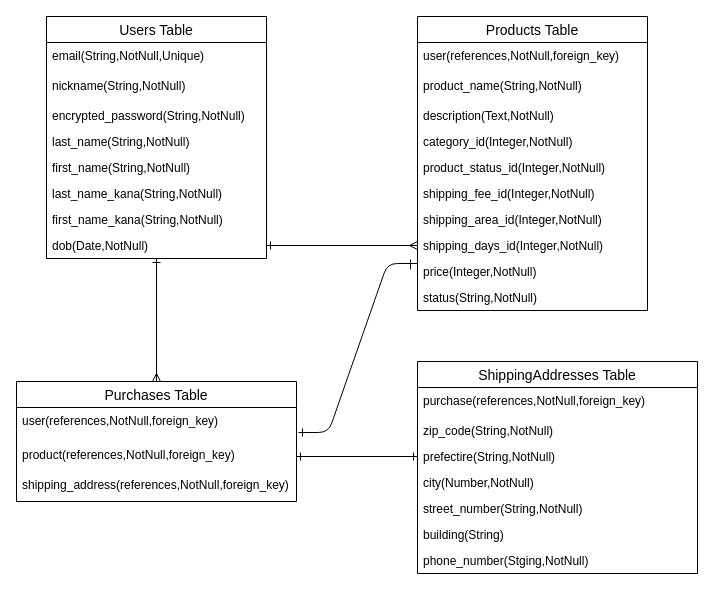
yogurt-mr/furima-38039 keeps this draw.io diagram as er.dio. Above is the earlier version. Source tidied: cells renumbered, new cells numbered last; positions are measured from the earlier drawing's top-left corner, leaving out a move shared by most shapes. Both pictures are drawn from the tidied source at 100%, with x=0, y=0 at pixel (16, 16).
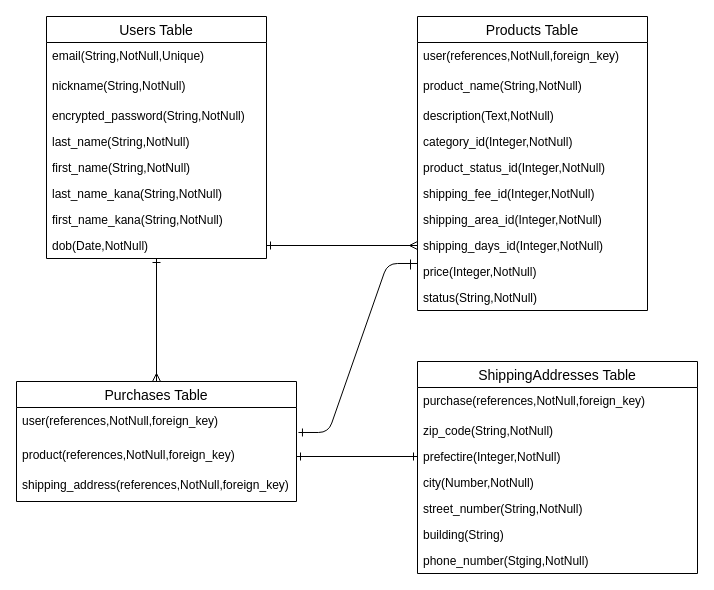
Above is the later version.

Commit message:
ER図追加更新

Unchanged cells that the change refers to:
```xml
<mxCell id="32" value="ShippingAddresses Table" style="swimlane;fontStyle=0;horizontal=1;startSize=26;align=center;fontSize=14;" parent="1" vertex="1">
  <mxGeometry x="401" y="345" width="280" height="212" as="geometry" />
</mxCell>
```

Diff of the diagram source:
```diff
@@
-    <mxCell id="35" value="prefectire(String,NotNull)" style="text;strokeColor=none;fillColor=none;spacingLeft=4;spacingRight=4;overflow=hidden;points=[[0,0.5],[1,0.5]];portConstraint=eastwest;fontSize=12;" parent="32" vertex="1">
+    <mxCell id="35" value="prefectire(Integer,NotNull)" style="text;strokeColor=none;fillColor=none;spacingLeft=4;spacingRight=4;overflow=hidden;points=[[0,0.5],[1,0.5]];portConstraint=eastwest;fontSize=12;" parent="32" vertex="1">
       <mxGeometry y="82" width="280" height="26" as="geometry" />
     </mxCell>
```
